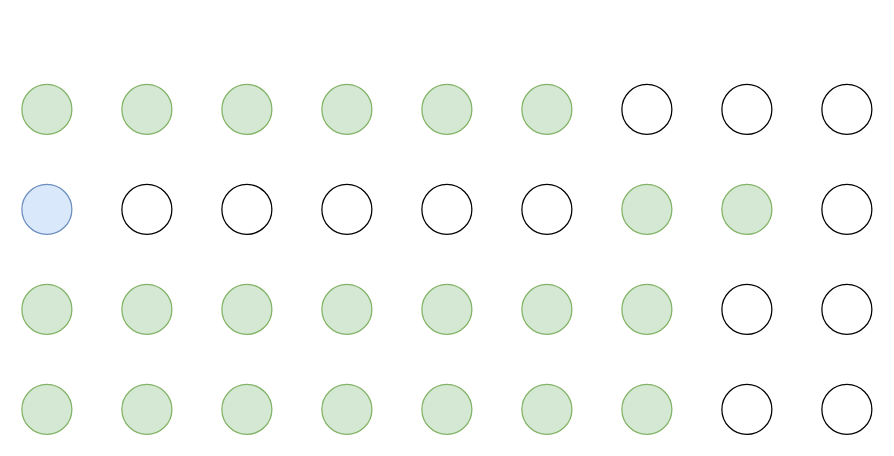
Earlier version of the draw.io diagram dag.drawio (asonnino/various-diagrams). Source tidied: cells renumbered, new cells numbered last; positions are measured from the earlier drawing's top-left corner, leaving out a move shared by most shapes. Both pictures are drawn from the tidied source at 125%, with x=0, y=0 at pixel (21, 84).
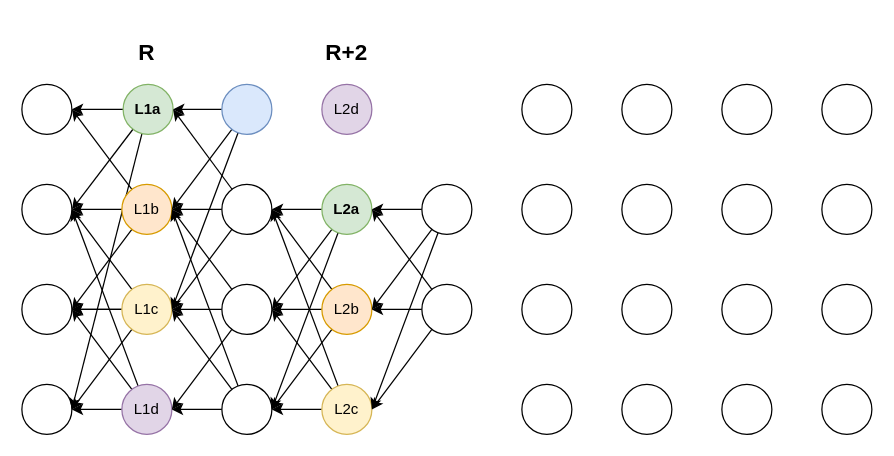
After the change.

The change refers to these unchanged cells:
```xml
<mxCell id="11" style="ellipse;whiteSpace=wrap;html=1;" parent="1" vertex="1">
  <mxGeometry x="160" y="80" width="40" height="40" as="geometry" />
</mxCell>
<mxCell id="19" style="ellipse;whiteSpace=wrap;html=1;" parent="1" vertex="1">
  <mxGeometry x="320" y="80" width="40" height="40" as="geometry" />
</mxCell>
```

Change to the diagram source:
```diff
@@
-    <mxCell id="2" style="ellipse;whiteSpace=wrap;html=1;fillColor=#d5e8d4;strokeColor=#82b366;" parent="1" vertex="1">
+    <mxCell id="2" style="ellipse;whiteSpace=wrap;html=1;" parent="1" vertex="1">
       <mxGeometry width="40" height="40" as="geometry" />
     </mxCell>
-    <mxCell id="3" style="ellipse;whiteSpace=wrap;html=1;fillColor=#dae8fc;strokeColor=#6c8ebf;" parent="1" vertex="1">
+    <mxCell id="3" style="ellipse;whiteSpace=wrap;html=1;" parent="1" vertex="1">
       <mxGeometry y="80" width="40" height="40" as="geometry" />
     </mxCell>
-    <mxCell id="4" style="ellipse;whiteSpace=wrap;html=1;fillColor=#d5e8d4;strokeColor=#82b366;" parent="1" vertex="1">
+    <mxCell id="4" style="ellipse;whiteSpace=wrap;html=1;" parent="1" vertex="1">
       <mxGeometry y="160" width="40" height="40" as="geometry" />
     </mxCell>
-    <mxCell id="5" style="ellipse;whiteSpace=wrap;html=1;fillColor=#d5e8d4;strokeColor=#82b366;" parent="1" vertex="1">
+    <mxCell id="5" style="ellipse;whiteSpace=wrap;html=1;" parent="1" vertex="1">
       <mxGeometry y="240" width="40" height="40" as="geometry" />
     </mxCell>
+    <mxCell id="38" style="edgeStyle=none;rounded=0;jettySize=auto;html=1;entryX=1;entryY=0.5;entryDx=0;entryDy=0;" parent="1" edge="1" source="6" target="2">
+      <mxGeometry relative="1" as="geometry" />
+    </mxCell>
+    <mxCell id="39" style="edgeStyle=none;rounded=0;jettySize=auto;html=1;entryX=1;entryY=0.5;entryDx=0;entryDy=0;" parent="1" edge="1" source="6" target="3">
+      <mxGeometry relative="1" as="geometry" />
+    </mxCell>
+    <mxCell id="40" style="edgeStyle=none;rounded=0;jettySize=auto;html=1;entryX=1;entryY=0.5;entryDx=0;entryDy=0;" parent="1" edge="1" source="6" target="5">
+      <mxGeometry relative="1" as="geometry" />
+    </mxCell>
-    <mxCell id="6" style="ellipse;whiteSpace=wrap;html=1;fillColor=#d5e8d4;strokeColor=#82b366;" parent="1" vertex="1">
-      <mxGeometry x="80" width="40" height="40" as="geometry" />
+    <mxCell id="6" value="&lt;b&gt;L1a&lt;/b&gt;" style="ellipse;whiteSpace=wrap;html=1;fillColor=#d5e8d4;strokeColor=#82b366;" parent="1" vertex="1">
+      <mxGeometry x="81" width="40" height="40" as="geometry" />
     </mxCell>
+    <mxCell id="41" style="rounded=0;jettySize=auto;html=1;entryX=1;entryY=0.5;entryDx=0;entryDy=0;" parent="1" edge="1" source="7" target="2">
+      <mxGeometry relative="1" as="geometry" />
+    </mxCell>
+    <mxCell id="42" style="edgeStyle=none;rounded=0;jettySize=auto;html=1;entryX=1;entryY=0.5;entryDx=0;entryDy=0;" parent="1" edge="1" source="7" target="3">
+      <mxGeometry relative="1" as="geometry" />
+    </mxCell>
+    <mxCell id="43" style="edgeStyle=none;rounded=0;jettySize=auto;html=1;" parent="1" edge="1" source="7">
+      <mxGeometry relative="1" as="geometry">
+        <mxPoint x="40" y="180" as="targetPoint" />
+      </mxGeometry>
+    </mxCell>
-    <mxCell id="7" style="ellipse;whiteSpace=wrap;html=1;" parent="1" vertex="1">
+    <mxCell id="7" value="L1b" style="ellipse;whiteSpace=wrap;html=1;fillColor=#ffe6cc;strokeColor=#d79b00;" parent="1" vertex="1">
       <mxGeometry x="80" y="80" width="40" height="40" as="geometry" />
     </mxCell>
+    <mxCell id="44" style="edgeStyle=none;rounded=0;jettySize=auto;html=1;" parent="1" edge="1" source="8" target="4">
+      <mxGeometry relative="1" as="geometry" />
+    </mxCell>
+    <mxCell id="45" style="edgeStyle=none;rounded=0;jettySize=auto;html=1;entryX=1;entryY=0.5;entryDx=0;entryDy=0;" parent="1" edge="1" source="8" target="4">
+      <mxGeometry relative="1" as="geometry" />
+    </mxCell>
+    <mxCell id="46" style="edgeStyle=none;rounded=0;jettySize=auto;html=1;entryX=1;entryY=0.5;entryDx=0;entryDy=0;" parent="1" edge="1" source="8" target="5">
+      <mxGeometry relative="1" as="geometry" />
+    </mxCell>
+    <mxCell id="47" style="edgeStyle=none;rounded=0;jettySize=auto;html=1;entryX=1;entryY=0.5;entryDx=0;entryDy=0;" parent="1" edge="1" source="8" target="3">
+      <mxGeometry relative="1" as="geometry" />
+    </mxCell>
-    <mxCell id="8" style="ellipse;whiteSpace=wrap;html=1;fillColor=#d5e8d4;strokeColor=#82b366;" parent="1" vertex="1">
+    <mxCell id="8" value="L1c" style="ellipse;whiteSpace=wrap;html=1;fillColor=#fff2cc;strokeColor=#d6b656;" parent="1" vertex="1">
       <mxGeometry x="80" y="160" width="40" height="40" as="geometry" />
     </mxCell>
+    <mxCell id="48" style="edgeStyle=none;rounded=0;jettySize=auto;html=1;entryX=1;entryY=0.5;entryDx=0;entryDy=0;" parent="1" edge="1" source="9" target="4">
+      <mxGeometry relative="1" as="geometry" />
+    </mxCell>
+    <mxCell id="49" style="edgeStyle=none;rounded=0;jettySize=auto;html=1;entryX=1;entryY=0.5;entryDx=0;entryDy=0;" parent="1" edge="1" source="9" target="3">
+      <mxGeometry relative="1" as="geometry" />
+    </mxCell>
+    <mxCell id="50" style="edgeStyle=none;rounded=0;jettySize=auto;html=1;entryX=1;entryY=0.5;entryDx=0;entryDy=0;" parent="1" edge="1" source="9" target="5">
+      <mxGeometry relative="1" as="geometry" />
+    </mxCell>
-    <mxCell id="9" style="ellipse;whiteSpace=wrap;html=1;fillColor=#d5e8d4;strokeColor=#82b366;" parent="1" vertex="1">
+    <mxCell id="9" value="L1d" style="ellipse;whiteSpace=wrap;html=1;fillColor=#e1d5e7;strokeColor=#9673a6;" parent="1" vertex="1">
       <mxGeometry x="80" y="240" width="40" height="40" as="geometry" />
     </mxCell>
+    <mxCell id="51" style="edgeStyle=none;rounded=0;jettySize=auto;html=1;entryX=1;entryY=0.5;entryDx=0;entryDy=0;" parent="1" edge="1" source="10" target="6">
+      <mxGeometry relative="1" as="geometry" />
+    </mxCell>
+    <mxCell id="52" style="edgeStyle=none;rounded=0;jettySize=auto;html=1;entryX=1;entryY=0.5;entryDx=0;entryDy=0;" parent="1" edge="1" source="10" target="7">
+      <mxGeometry relative="1" as="geometry" />
+    </mxCell>
+    <mxCell id="53" style="edgeStyle=none;rounded=0;jettySize=auto;html=1;entryX=1;entryY=0.5;entryDx=0;entryDy=0;" parent="1" edge="1" source="10" target="8">
+      <mxGeometry relative="1" as="geometry" />
+    </mxCell>
-    <mxCell id="10" style="ellipse;whiteSpace=wrap;html=1;fillColor=#d5e8d4;strokeColor=#82b366;" parent="1" vertex="1">
+    <mxCell id="10" style="ellipse;whiteSpace=wrap;html=1;fillColor=#dae8fc;strokeColor=#6c8ebf;" parent="1" vertex="1">
       <mxGeometry x="160" width="40" height="40" as="geometry" />
     </mxCell>
+    <mxCell id="54" style="edgeStyle=none;rounded=0;jettySize=auto;html=1;entryX=1;entryY=0.5;entryDx=0;entryDy=0;" parent="1" edge="1" source="11" target="7">
+      <mxGeometry relative="1" as="geometry" />
+    </mxCell>
+    <mxCell id="55" style="edgeStyle=none;rounded=0;jettySize=auto;html=1;entryX=1;entryY=0.5;entryDx=0;entryDy=0;" parent="1" edge="1" target="8">
+      <mxGeometry relative="1" as="geometry">
+        <mxPoint x="180" y="100" as="sourcePoint" />
+      </mxGeometry>
+    </mxCell>
+    <mxCell id="56" style="edgeStyle=none;rounded=0;jettySize=auto;html=1;entryX=1;entryY=0.5;entryDx=0;entryDy=0;" parent="1" edge="1" source="11" target="6">
+      <mxGeometry relative="1" as="geometry" />
+    </mxCell>
@@
+    <mxCell id="57" style="edgeStyle=none;rounded=0;jettySize=auto;html=1;entryX=1;entryY=0.5;entryDx=0;entryDy=0;" parent="1" edge="1" source="12" target="7">
+      <mxGeometry relative="1" as="geometry" />
+    </mxCell>
+    <mxCell id="58" style="edgeStyle=none;rounded=0;jettySize=auto;html=1;" parent="1" edge="1" source="12" target="8">
+      <mxGeometry relative="1" as="geometry" />
+    </mxCell>
+    <mxCell id="59" style="edgeStyle=none;rounded=0;jettySize=auto;html=1;entryX=1;entryY=0.5;entryDx=0;entryDy=0;" parent="1" edge="1" source="12" target="9">
+      <mxGeometry relative="1" as="geometry" />
+    </mxCell>
-    <mxCell id="12" style="ellipse;whiteSpace=wrap;html=1;fillColor=#d5e8d4;strokeColor=#82b366;" parent="1" vertex="1">
+    <mxCell id="12" style="ellipse;whiteSpace=wrap;html=1;" parent="1" vertex="1">
       <mxGeometry x="160" y="160" width="40" height="40" as="geometry" />
     </mxCell>
+    <mxCell id="60" style="edgeStyle=none;rounded=0;jettySize=auto;html=1;entryX=1;entryY=0.5;entryDx=0;entryDy=0;" parent="1" edge="1" source="13" target="7">
+      <mxGeometry relative="1" as="geometry" />
+    </mxCell>
+    <mxCell id="61" style="edgeStyle=none;rounded=0;jettySize=auto;html=1;entryX=1;entryY=0.5;entryDx=0;entryDy=0;" parent="1" edge="1" source="13" target="8">
+      <mxGeometry relative="1" as="geometry" />
+    </mxCell>
+    <mxCell id="62" style="edgeStyle=none;rounded=0;jettySize=auto;html=1;" parent="1" edge="1" source="13" target="9">
+      <mxGeometry relative="1" as="geometry" />
+    </mxCell>
-    <mxCell id="13" style="ellipse;whiteSpace=wrap;html=1;fillColor=#d5e8d4;strokeColor=#82b366;" parent="1" vertex="1">
+    <mxCell id="13" style="ellipse;whiteSpace=wrap;html=1;" parent="1" vertex="1">
       <mxGeometry x="160" y="240" width="40" height="40" as="geometry" />
     </mxCell>
-    <mxCell id="14" style="ellipse;whiteSpace=wrap;html=1;fillColor=#d5e8d4;strokeColor=#82b366;" parent="1" vertex="1">
+    <mxCell id="14" value="L2d" style="ellipse;whiteSpace=wrap;html=1;fillColor=#e1d5e7;strokeColor=#9673a6;" parent="1" vertex="1">
       <mxGeometry x="240" width="40" height="40" as="geometry" />
     </mxCell>
+    <mxCell id="63" style="edgeStyle=none;rounded=0;jettySize=auto;html=1;entryX=1;entryY=0.5;entryDx=0;entryDy=0;" parent="1" edge="1" source="15" target="11">
+      <mxGeometry relative="1" as="geometry" />
+    </mxCell>
+    <mxCell id="64" style="edgeStyle=none;rounded=0;jettySize=auto;html=1;entryX=1;entryY=0.5;entryDx=0;entryDy=0;" parent="1" edge="1" source="15" target="12">
+      <mxGeometry relative="1" as="geometry" />
+    </mxCell>
+    <mxCell id="65" style="edgeStyle=none;rounded=0;jettySize=auto;html=1;entryX=1;entryY=0.5;entryDx=0;entryDy=0;" parent="1" edge="1" source="15" target="13">
+      <mxGeometry relative="1" as="geometry" />
+    </mxCell>
-    <mxCell id="15" style="ellipse;whiteSpace=wrap;html=1;" parent="1" vertex="1">
+    <mxCell id="15" value="&lt;b&gt;L2a&lt;/b&gt;" style="ellipse;whiteSpace=wrap;html=1;fillColor=#d5e8d4;strokeColor=#82b366;" parent="1" vertex="1">
       <mxGeometry x="240" y="80" width="40" height="40" as="geometry" />
     </mxCell>
+    <mxCell id="66" style="edgeStyle=none;rounded=0;jettySize=auto;html=1;entryX=1;entryY=0.5;entryDx=0;entryDy=0;" parent="1" edge="1" source="16" target="11">
+      <mxGeometry relative="1" as="geometry" />
+    </mxCell>
+    <mxCell id="67" style="edgeStyle=none;rounded=0;jettySize=auto;html=1;entryX=1;entryY=0.5;entryDx=0;entryDy=0;" parent="1" edge="1" source="16" target="12">
+      <mxGeometry relative="1" as="geometry" />
+    </mxCell>
+    <mxCell id="68" style="edgeStyle=none;rounded=0;jettySize=auto;html=1;entryX=1;entryY=0.5;entryDx=0;entryDy=0;" parent="1" edge="1" source="16" target="13">
+      <mxGeometry relative="1" as="geometry" />
+    </mxCell>
-    <mxCell id="16" style="ellipse;whiteSpace=wrap;html=1;fillColor=#d5e8d4;strokeColor=#82b366;" parent="1" vertex="1">
+    <mxCell id="16" value="L2b" style="ellipse;whiteSpace=wrap;html=1;fillColor=#ffe6cc;strokeColor=#d79b00;" parent="1" vertex="1">
       <mxGeometry x="240" y="160" width="40" height="40" as="geometry" />
     </mxCell>
+    <mxCell id="69" style="edgeStyle=none;rounded=0;jettySize=auto;html=1;entryX=1;entryY=0.5;entryDx=0;entryDy=0;" parent="1" edge="1" source="17" target="11">
+      <mxGeometry relative="1" as="geometry" />
+    </mxCell>
+    <mxCell id="70" style="edgeStyle=none;rounded=0;jettySize=auto;html=1;entryX=1;entryY=0.5;entryDx=0;entryDy=0;" parent="1" edge="1" source="17" target="12">
+      <mxGeometry relative="1" as="geometry" />
+    </mxCell>
+    <mxCell id="71" style="edgeStyle=none;rounded=0;jettySize=auto;html=1;entryX=1;entryY=0.5;entryDx=0;entryDy=0;" parent="1" edge="1" source="17" target="13">
+      <mxGeometry relative="1" as="geometry" />
+    </mxCell>
-    <mxCell id="17" style="ellipse;whiteSpace=wrap;html=1;fillColor=#d5e8d4;strokeColor=#82b366;" parent="1" vertex="1">
+    <mxCell id="17" value="L2c" style="ellipse;whiteSpace=wrap;html=1;fillColor=#fff2cc;strokeColor=#d6b656;" parent="1" vertex="1">
       <mxGeometry x="240" y="240" width="40" height="40" as="geometry" />
     </mxCell>
-    <mxCell id="18" style="ellipse;whiteSpace=wrap;html=1;fillColor=#d5e8d4;strokeColor=#82b366;" parent="1" vertex="1">
-      <mxGeometry x="320" width="40" height="40" as="geometry" />
-    </mxCell>
+    <mxCell id="72" style="edgeStyle=none;rounded=0;jettySize=auto;html=1;entryX=1;entryY=0.5;entryDx=0;entryDy=0;" parent="1" edge="1" source="19" target="15">
+      <mxGeometry relative="1" as="geometry" />
+    </mxCell>
+    <mxCell id="73" style="edgeStyle=none;rounded=0;jettySize=auto;html=1;entryX=1;entryY=0.5;entryDx=0;entryDy=0;" parent="1" edge="1" source="19" target="16">
+      <mxGeometry relative="1" as="geometry" />
+    </mxCell>
+    <mxCell id="74" style="edgeStyle=none;rounded=0;jettySize=auto;html=1;entryX=1;entryY=0.5;entryDx=0;entryDy=0;" parent="1" edge="1" source="19" target="17">
+      <mxGeometry relative="1" as="geometry" />
+    </mxCell>
@@
+    <mxCell id="75" style="edgeStyle=none;rounded=0;jettySize=auto;html=1;entryX=1;entryY=0.5;entryDx=0;entryDy=0;" parent="1" edge="1" source="20" target="15">
+      <mxGeometry relative="1" as="geometry" />
+    </mxCell>
+    <mxCell id="76" style="edgeStyle=none;rounded=0;jettySize=auto;html=1;entryX=1;entryY=0.5;entryDx=0;entryDy=0;" parent="1" edge="1" source="20" target="16">
+      <mxGeometry relative="1" as="geometry" />
+    </mxCell>
+    <mxCell id="77" style="edgeStyle=none;rounded=0;jettySize=auto;html=1;entryX=1;entryY=0.5;entryDx=0;entryDy=0;" parent="1" edge="1" source="20" target="17">
+      <mxGeometry relative="1" as="geometry" />
+    </mxCell>
-    <mxCell id="20" style="ellipse;whiteSpace=wrap;html=1;fillColor=#d5e8d4;strokeColor=#82b366;" parent="1" vertex="1">
+    <mxCell id="20" style="ellipse;whiteSpace=wrap;html=1;" parent="1" vertex="1">
       <mxGeometry x="320" y="160" width="40" height="40" as="geometry" />
     </mxCell>
-    <mxCell id="21" style="ellipse;whiteSpace=wrap;html=1;fillColor=#d5e8d4;strokeColor=#82b366;" parent="1" vertex="1">
-      <mxGeometry x="320" y="240" width="40" height="40" as="geometry" />
-    </mxCell>
-    <mxCell id="22" style="ellipse;whiteSpace=wrap;html=1;fillColor=#d5e8d4;strokeColor=#82b366;" parent="1" vertex="1">
+    <mxCell id="22" style="ellipse;whiteSpace=wrap;html=1;" parent="1" vertex="1">
       <mxGeometry x="400" width="40" height="40" as="geometry" />
     </mxCell>
@@
-    <mxCell id="24" style="ellipse;whiteSpace=wrap;html=1;fillColor=#d5e8d4;strokeColor=#82b366;" parent="1" vertex="1">
+    <mxCell id="24" style="ellipse;whiteSpace=wrap;html=1;" parent="1" vertex="1">
       <mxGeometry x="400" y="160" width="40" height="40" as="geometry" />
     </mxCell>
-    <mxCell id="25" style="ellipse;whiteSpace=wrap;html=1;fillColor=#d5e8d4;strokeColor=#82b366;" parent="1" vertex="1">
+    <mxCell id="25" style="ellipse;whiteSpace=wrap;html=1;" parent="1" vertex="1">
       <mxGeometry x="400" y="240" width="40" height="40" as="geometry" />
     </mxCell>
@@
-    <mxCell id="27" style="ellipse;whiteSpace=wrap;html=1;fillColor=#d5e8d4;strokeColor=#82b366;" parent="1" vertex="1">
+    <mxCell id="27" style="ellipse;whiteSpace=wrap;html=1;" parent="1" vertex="1">
       <mxGeometry x="480" y="80" width="40" height="40" as="geometry" />
     </mxCell>
-    <mxCell id="28" style="ellipse;whiteSpace=wrap;html=1;fillColor=#d5e8d4;strokeColor=#82b366;" parent="1" vertex="1">
+    <mxCell id="28" style="ellipse;whiteSpace=wrap;html=1;" parent="1" vertex="1">
       <mxGeometry x="480" y="160" width="40" height="40" as="geometry" />
     </mxCell>
-    <mxCell id="29" style="ellipse;whiteSpace=wrap;html=1;fillColor=#d5e8d4;strokeColor=#82b366;" parent="1" vertex="1">
+    <mxCell id="29" style="ellipse;whiteSpace=wrap;html=1;" parent="1" vertex="1">
       <mxGeometry x="480" y="240" width="40" height="40" as="geometry" />
     </mxCell>
@@
-    <mxCell id="31" style="ellipse;whiteSpace=wrap;html=1;fillColor=#d5e8d4;strokeColor=#82b366;" parent="1" vertex="1">
+    <mxCell id="31" style="ellipse;whiteSpace=wrap;html=1;" parent="1" vertex="1">
       <mxGeometry x="560" y="80" width="40" height="40" as="geometry" />
     </mxCell>
@@
+    <mxCell id="78" value="&lt;h2&gt;&lt;b&gt;R&lt;/b&gt;&lt;/h2&gt;" style="text;html=1;strokeColor=none;fillColor=none;align=center;verticalAlign=middle;whiteSpace=wrap;rounded=0;" parent="1" vertex="1">
+      <mxGeometry x="70" y="-40" width="60" height="30" as="geometry" />
+    </mxCell>
+    <mxCell id="79" value="&lt;h2&gt;&lt;b&gt;R+2&lt;/b&gt;&lt;/h2&gt;" style="text;html=1;strokeColor=none;fillColor=none;align=center;verticalAlign=middle;whiteSpace=wrap;rounded=0;" parent="1" vertex="1">
+      <mxGeometry x="230" y="-40" width="60" height="30" as="geometry" />
+    </mxCell>
```
